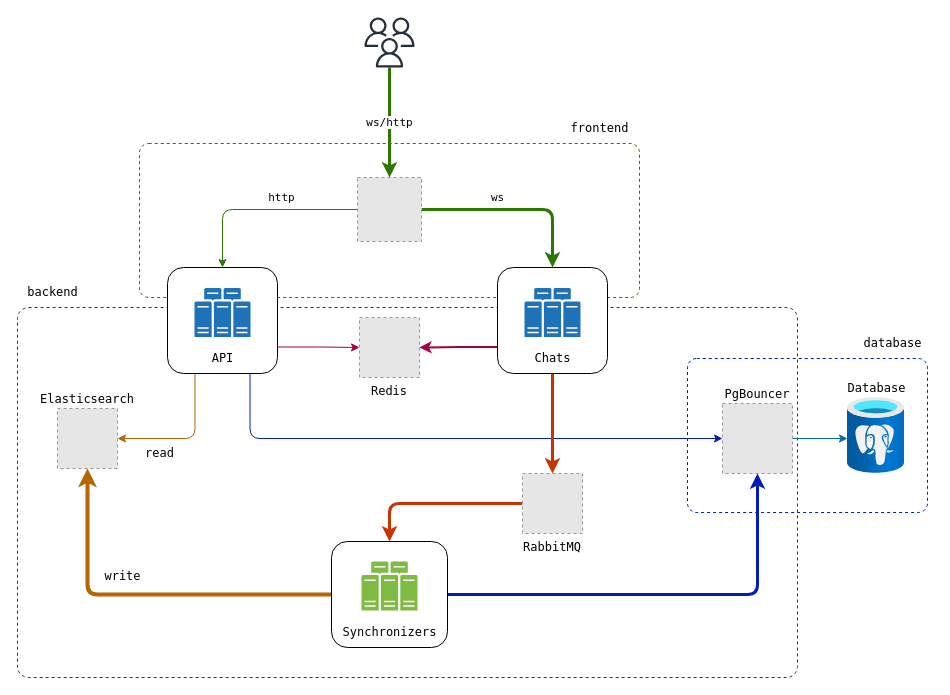
The draw.io diagram page "Страница — 1" (1 of 2) of docs/Диаграмма.drawio in ig-rudenko/messanger, before the edit. Source tidied: cells renumbered, new cells numbered last; positions are measured from the earlier drawing's top-left corner, leaving out a move shared by most shapes. Both pictures are drawn from the tidied source at 100%, with x=0, y=0 at pixel (17, 17). Pictures stored in the file or linked from it are replaced by grey dashed boxes.
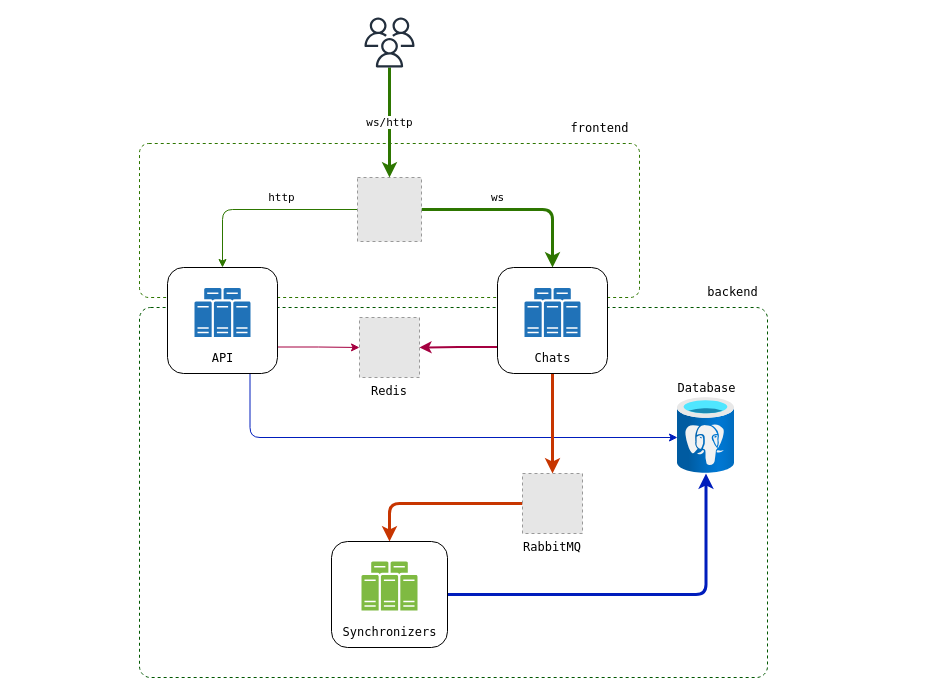
After the change.

Unchanged cells that the change refers to:
```xml
<mxCell id="8" style="rounded=1;whiteSpace=wrap;html=1;fontFamily=Lucida Console;" parent="1" vertex="1">
  <mxGeometry x="150" y="250" width="110" height="106" as="geometry" />
</mxCell>
<mxCell id="28" style="rounded=1;whiteSpace=wrap;html=1;fontFamily=Lucida Console;" parent="1" vertex="1">
  <mxGeometry x="314" y="524" width="116" height="106" as="geometry" />
</mxCell>
```

What changed in the source:
```diff
@@
     <mxCell id="2" style="rounded=1;whiteSpace=wrap;html=1;fillColor=none;fontColor=#ffffff;strokeColor=#005700;arcSize=3;dashed=1;fontFamily=Lucida Console;" parent="1" vertex="1">
-      <mxGeometry y="290" width="780" height="370" as="geometry" />
+      <mxGeometry x="122" y="290" width="628" height="370" as="geometry" />
     </mxCell>
@@
-    <mxCell id="4" style="rounded=1;whiteSpace=wrap;html=1;fillColor=none;fontColor=#ffffff;strokeColor=#001DBC;arcSize=6;dashed=1;fontFamily=Lucida Console;" parent="1" vertex="1">
-      <mxGeometry x="670" y="341" width="240" height="154" as="geometry" />
-    </mxCell>
-    <mxCell id="5" style="edgeStyle=orthogonalEdgeStyle;rounded=1;jettySize=auto;html=1;exitX=0.25;exitY=1;exitDx=0;exitDy=0;entryX=1;entryY=0.5;entryDx=0;entryDy=0;curved=0;fillColor=#fad7ac;strokeColor=#b46504;flowAnimation=1;fontFamily=Lucida Console;" parent="1" edge="1" source="8" target="23">
-      <mxGeometry relative="1" as="geometry" />
-    </mxCell>
@@
-    <mxCell id="7" style="edgeStyle=orthogonalEdgeStyle;rounded=1;jettySize=auto;html=1;exitX=0.75;exitY=1;exitDx=0;exitDy=0;entryX=0;entryY=0.5;entryDx=0;entryDy=0;curved=0;fillColor=#0050ef;strokeColor=#001DBC;shadow=0;flowAnimation=1;fontFamily=Lucida Console;" parent="1" edge="1" source="8" target="17">
-      <mxGeometry relative="1" as="geometry" />
+    <mxCell id="7" style="edgeStyle=orthogonalEdgeStyle;rounded=1;jettySize=auto;html=1;exitX=0.75;exitY=1;exitDx=0;exitDy=0;curved=0;fillColor=#0050ef;strokeColor=#001DBC;shadow=0;flowAnimation=1;fontFamily=Lucida Console;" parent="1" edge="1" source="8" target="11">
+      <mxGeometry relative="1" as="geometry">
+        <Array as="points">
+          <mxPoint x="233" y="420" />
+        </Array>
+      </mxGeometry>
     </mxCell>
@@
-    <mxCell id="9" style="edgeStyle=orthogonalEdgeStyle;rounded=1;jettySize=auto;html=1;curved=0;fillColor=#1ba1e2;strokeColor=#006EAF;flowAnimation=1;fontFamily=Lucida Console;" parent="1" edge="1" source="17" target="11">
-      <mxGeometry relative="1" as="geometry">
-        <Array as="points">
-          <mxPoint x="707" y="418" />
-        </Array>
-      </mxGeometry>
-    </mxCell>
@@
     <mxCell id="11" value="Database" style="image;html=1;points=[];align=center;fontSize=12;image=img/lib/azure2/databases/Azure_Database_PostgreSQL_Server.svg;labelPosition=center;verticalLabelPosition=top;verticalAlign=bottom;fontFamily=Lucida Console;" parent="1" vertex="1">
-      <mxGeometry x="830" y="380" width="57" height="76" as="geometry" />
+      <mxGeometry x="660" y="380" width="57" height="76" as="geometry" />
     </mxCell>
@@
-    <mxCell id="17" value="PgBouncer" style="fillColor=#E6E6E6;strokeColor=#999999;dashed=1;verticalLabelPosition=top;verticalAlign=bottom;labelPosition=center;align=center;fontFamily=Lucida Console;" parent="1" vertex="1">
-      <mxGeometry x="705" y="386" width="70" height="70" as="geometry" />
-    </mxCell>
@@
-    <mxCell id="23" value="Elasticsearch" style="fillColor=#E6E6E6;strokeColor=#999999;dashed=1;verticalLabelPosition=top;verticalAlign=bottom;labelPosition=center;align=center;fontFamily=Lucida Console;" parent="1" vertex="1">
-      <mxGeometry x="40" y="391" width="60" height="60" as="geometry" />
-    </mxCell>
@@
-    <mxCell id="26" style="edgeStyle=orthogonalEdgeStyle;rounded=1;jettySize=auto;html=1;exitX=1;exitY=0.5;exitDx=0;exitDy=0;curved=0;fillColor=#0050ef;strokeColor=#001DBC;flowAnimation=1;strokeWidth=3;fontFamily=Lucida Console;" parent="1" edge="1" source="28" target="17">
+    <mxCell id="26" style="edgeStyle=orthogonalEdgeStyle;rounded=1;jettySize=auto;html=1;exitX=1;exitY=0.5;exitDx=0;exitDy=0;curved=0;fillColor=#0050ef;strokeColor=#001DBC;flowAnimation=1;strokeWidth=3;fontFamily=Lucida Console;" parent="1" edge="1" source="28" target="11">
       <mxGeometry relative="1" as="geometry" />
     </mxCell>
-    <mxCell id="27" style="edgeStyle=orthogonalEdgeStyle;rounded=1;jettySize=auto;html=1;exitX=0;exitY=0.5;exitDx=0;exitDy=0;curved=0;fillColor=#fad7ac;strokeColor=#b46504;flowAnimation=1;strokeWidth=4;fontFamily=Lucida Console;" parent="1" edge="1" source="28" target="23">
-      <mxGeometry relative="1" as="geometry" />
-    </mxCell>
@@
-    <mxCell id="33" value="read" style="text;html=1;align=center;verticalAlign=middle;strokeColor=none;fillColor=none;fontFamily=Lucida Console;" parent="1" vertex="1">
-      <mxGeometry x="117" y="421" width="50" height="30" as="geometry" />
-    </mxCell>
-    <mxCell id="34" value="write" style="text;html=1;align=center;verticalAlign=middle;strokeColor=none;fillColor=none;fontFamily=Lucida Console;" parent="1" vertex="1">
-      <mxGeometry x="75" y="544" width="60" height="30" as="geometry" />
-    </mxCell>
@@
     <mxCell id="36" value="backend" style="text;html=1;align=center;verticalAlign=middle;strokeColor=none;fillColor=none;fontFamily=Lucida Console;" parent="1" vertex="1">
-      <mxGeometry y="260" width="70" height="30" as="geometry" />
+      <mxGeometry x="680" y="260" width="70" height="30" as="geometry" />
     </mxCell>
-    <mxCell id="37" value="database" style="text;html=1;align=center;verticalAlign=middle;strokeColor=none;fillColor=none;fontFamily=Lucida Console;" parent="1" vertex="1">
-      <mxGeometry x="835" y="311" width="80" height="30" as="geometry" />
-    </mxCell>
```
